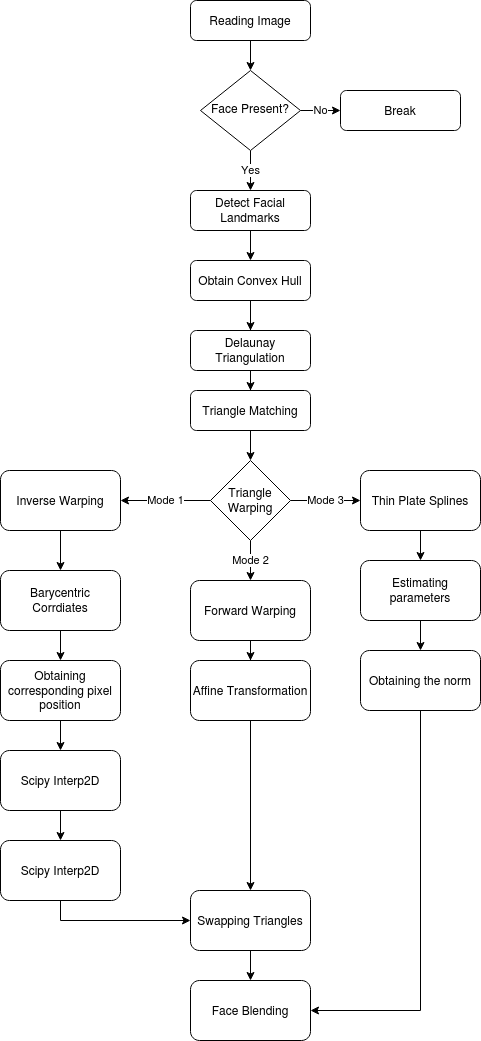
Earlier version of the draw.io export UML/Activity_flow_diagram/activity_flow_diagram.png (adityavaishampayan/FaceSwap). Source tidied: cells renumbered, new cells last; positions are measured from the earlier drawing's top-left corner, leaving out a move shared by most shapes. The source it was exported from:
```xml
<mxGraphModel>
  <root>
    <mxCell id="0" />
    <mxCell id="1" parent="0" />
    <mxCell id="2" style="edgeStyle=orthogonalEdgeStyle;rounded=0;jettySize=auto;html=1;entryX=0.5;entryY=0;entryDx=0;entryDy=0;" parent="1" edge="1" source="3" target="6">
      <mxGeometry relative="1" as="geometry" />
    </mxCell>
    <mxCell id="3" value="Reading Image" style="rounded=1;whiteSpace=wrap;html=1;fontSize=12;glass=0;strokeWidth=1;shadow=0;" parent="1" vertex="1">
      <mxGeometry x="190" width="120" height="40" as="geometry" />
    </mxCell>
    <mxCell id="4" value="No" style="edgeStyle=orthogonalEdgeStyle;rounded=0;jettySize=auto;html=1;exitX=1;exitY=0.5;exitDx=0;exitDy=0;entryX=0;entryY=0.5;entryDx=0;entryDy=0;" parent="1" edge="1" source="6" target="7">
      <mxGeometry relative="1" as="geometry" />
    </mxCell>
    <mxCell id="5" value="Yes" style="edgeStyle=orthogonalEdgeStyle;rounded=0;jettySize=auto;html=1;exitX=0.5;exitY=1;exitDx=0;exitDy=0;entryX=0.5;entryY=0;entryDx=0;entryDy=0;" parent="1" edge="1" source="6" target="9">
      <mxGeometry relative="1" as="geometry" />
    </mxCell>
    <mxCell id="6" value="Face Present?" style="rhombus;whiteSpace=wrap;html=1;shadow=0;fontFamily=Helvetica;fontSize=12;align=center;strokeWidth=1;spacing=6;spacingTop=-4;" parent="1" vertex="1">
      <mxGeometry x="200" y="70" width="100" height="80" as="geometry" />
    </mxCell>
    <mxCell id="7" value="Break" style="rounded=1;whiteSpace=wrap;html=1;fontSize=12;glass=0;strokeWidth=1;shadow=0;" parent="1" vertex="1">
      <mxGeometry x="340" y="90" width="120" height="40" as="geometry" />
    </mxCell>
    <mxCell id="8" style="edgeStyle=orthogonalEdgeStyle;rounded=0;jettySize=auto;html=1;exitX=0.5;exitY=1;exitDx=0;exitDy=0;" parent="1" edge="1" source="9" target="11">
      <mxGeometry relative="1" as="geometry" />
    </mxCell>
    <mxCell id="9" value="Detect Facial Landmarks" style="rounded=1;whiteSpace=wrap;html=1;fontSize=12;glass=0;strokeWidth=1;shadow=0;" parent="1" vertex="1">
      <mxGeometry x="190" y="190" width="120" height="40" as="geometry" />
    </mxCell>
    <mxCell id="10" style="edgeStyle=orthogonalEdgeStyle;rounded=0;jettySize=auto;html=1;" parent="1" edge="1" source="11" target="13">
      <mxGeometry relative="1" as="geometry" />
    </mxCell>
    <mxCell id="11" value="Obtain Convex Hull" style="rounded=1;whiteSpace=wrap;html=1;fontSize=12;glass=0;strokeWidth=1;shadow=0;" parent="1" vertex="1">
      <mxGeometry x="190" y="260" width="120" height="40" as="geometry" />
    </mxCell>
    <mxCell id="12" style="edgeStyle=orthogonalEdgeStyle;rounded=0;jettySize=auto;html=1;" parent="1" edge="1" target="15">
      <mxGeometry relative="1" as="geometry">
        <mxPoint x="250" y="320" as="sourcePoint" />
      </mxGeometry>
    </mxCell>
    <mxCell id="13" value="Delaunay Triangulation" style="rounded=1;whiteSpace=wrap;html=1;fontSize=12;glass=0;strokeWidth=1;shadow=0;" parent="1" vertex="1">
      <mxGeometry x="190" y="330" width="120" height="40" as="geometry" />
    </mxCell>
    <mxCell id="14" style="edgeStyle=orthogonalEdgeStyle;rounded=0;orthogonalLoop=1;jettySize=auto;html=1;" parent="1" edge="1">
      <mxGeometry relative="1" as="geometry">
        <mxPoint x="250" y="380" as="sourcePoint" />
        <mxPoint x="250" y="460" as="targetPoint" />
      </mxGeometry>
    </mxCell>
    <mxCell id="15" value="Triangle Matching" style="rounded=1;whiteSpace=wrap;html=1;fontSize=12;glass=0;strokeWidth=1;shadow=0;" parent="1" vertex="1">
      <mxGeometry x="190" y="390" width="120" height="40" as="geometry" />
    </mxCell>
    <mxCell id="16" value="Mode 3" style="edgeStyle=orthogonalEdgeStyle;rounded=0;jettySize=auto;html=1;exitX=1;exitY=0.5;exitDx=0;exitDy=0;" parent="1" edge="1" source="19" target="21">
      <mxGeometry relative="1" as="geometry" />
    </mxCell>
    <mxCell id="17" value="Mode 2" style="edgeStyle=orthogonalEdgeStyle;rounded=0;jettySize=auto;html=1;exitX=0.5;exitY=1;exitDx=0;exitDy=0;entryX=0.5;entryY=0;entryDx=0;entryDy=0;" parent="1" edge="1" source="19" target="27">
      <mxGeometry relative="1" as="geometry" />
    </mxCell>
    <mxCell id="18" value="Mode 1" style="edgeStyle=orthogonalEdgeStyle;rounded=0;jettySize=auto;html=1;exitX=0;exitY=0.5;exitDx=0;exitDy=0;entryX=1;entryY=0.5;entryDx=0;entryDy=0;" parent="1" edge="1" source="19" target="31">
      <mxGeometry relative="1" as="geometry" />
    </mxCell>
    <mxCell id="19" value="Triangle Warping" style="rhombus;whiteSpace=wrap;html=1;" parent="1" vertex="1">
      <mxGeometry x="210" y="460" width="80" height="80" as="geometry" />
    </mxCell>
    <mxCell id="20" style="edgeStyle=orthogonalEdgeStyle;rounded=0;jettySize=auto;html=1;" parent="1" edge="1" source="21" target="23">
      <mxGeometry relative="1" as="geometry" />
    </mxCell>
    <mxCell id="21" value="Thin Plate Splines" style="rounded=1;whiteSpace=wrap;html=1;" parent="1" vertex="1">
      <mxGeometry x="360" y="470" width="120" height="60" as="geometry" />
    </mxCell>
    <mxCell id="22" style="edgeStyle=orthogonalEdgeStyle;rounded=0;jettySize=auto;html=1;" parent="1" edge="1" source="23" target="25">
      <mxGeometry relative="1" as="geometry" />
    </mxCell>
    <mxCell id="23" value="Estimating parameters" style="rounded=1;whiteSpace=wrap;html=1;" parent="1" vertex="1">
      <mxGeometry x="360" y="560" width="120" height="60" as="geometry" />
    </mxCell>
    <mxCell id="24" style="edgeStyle=orthogonalEdgeStyle;rounded=0;jettySize=auto;html=1;exitX=0.5;exitY=1;exitDx=0;exitDy=0;entryX=1;entryY=0.5;entryDx=0;entryDy=0;" parent="1" edge="1" source="25" target="42">
      <mxGeometry relative="1" as="geometry" />
    </mxCell>
    <mxCell id="25" value="Obtaining the norm" style="rounded=1;whiteSpace=wrap;html=1;" parent="1" vertex="1">
      <mxGeometry x="360" y="650" width="120" height="60" as="geometry" />
    </mxCell>
    <mxCell id="26" style="edgeStyle=orthogonalEdgeStyle;rounded=0;jettySize=auto;html=1;" parent="1" edge="1" source="27" target="29">
      <mxGeometry relative="1" as="geometry" />
    </mxCell>
    <mxCell id="27" value="Forward Warping" style="rounded=1;whiteSpace=wrap;html=1;" parent="1" vertex="1">
      <mxGeometry x="190" y="580" width="120" height="60" as="geometry" />
    </mxCell>
    <mxCell id="28" style="edgeStyle=orthogonalEdgeStyle;rounded=0;jettySize=auto;html=1;exitX=0.5;exitY=1;exitDx=0;exitDy=0;" parent="1" edge="1" source="29" target="41">
      <mxGeometry relative="1" as="geometry" />
    </mxCell>
    <mxCell id="29" value="Affine Transformation" style="rounded=1;whiteSpace=wrap;html=1;" parent="1" vertex="1">
      <mxGeometry x="190" y="660" width="120" height="60" as="geometry" />
    </mxCell>
    <mxCell id="30" style="edgeStyle=orthogonalEdgeStyle;rounded=0;jettySize=auto;html=1;" parent="1" edge="1" target="33">
      <mxGeometry relative="1" as="geometry">
        <mxPoint x="60" y="490" as="sourcePoint" />
      </mxGeometry>
    </mxCell>
    <mxCell id="31" value="Inverse Warping" style="rounded=1;whiteSpace=wrap;html=1;" parent="1" vertex="1">
      <mxGeometry y="470" width="120" height="60" as="geometry" />
    </mxCell>
    <mxCell id="32" style="edgeStyle=orthogonalEdgeStyle;rounded=0;jettySize=auto;html=1;" parent="1" edge="1" source="33" target="35">
      <mxGeometry relative="1" as="geometry" />
    </mxCell>
    <mxCell id="33" value="Barycentric Corrdiates" style="rounded=1;whiteSpace=wrap;html=1;" parent="1" vertex="1">
      <mxGeometry y="570" width="120" height="60" as="geometry" />
    </mxCell>
    <mxCell id="34" style="edgeStyle=orthogonalEdgeStyle;rounded=0;jettySize=auto;html=1;" parent="1" edge="1" source="35" target="37">
      <mxGeometry relative="1" as="geometry" />
    </mxCell>
    <mxCell id="35" value="Obtaining corresponding pixel position" style="rounded=1;whiteSpace=wrap;html=1;" parent="1" vertex="1">
      <mxGeometry y="660" width="120" height="60" as="geometry" />
    </mxCell>
    <mxCell id="36" style="edgeStyle=orthogonalEdgeStyle;rounded=0;jettySize=auto;html=1;" parent="1" edge="1" source="37" target="39">
      <mxGeometry relative="1" as="geometry" />
    </mxCell>
    <mxCell id="37" value="Scipy Interp2D" style="rounded=1;whiteSpace=wrap;html=1;" parent="1" vertex="1">
      <mxGeometry y="750" width="120" height="60" as="geometry" />
    </mxCell>
    <mxCell id="38" style="edgeStyle=orthogonalEdgeStyle;rounded=0;jettySize=auto;html=1;" parent="1" edge="1" source="39" target="41">
      <mxGeometry relative="1" as="geometry">
        <Array as="points">
          <mxPoint x="60" y="920" />
        </Array>
      </mxGeometry>
    </mxCell>
    <mxCell id="39" value="Scipy Interp2D" style="rounded=1;whiteSpace=wrap;html=1;" parent="1" vertex="1">
      <mxGeometry y="840" width="120" height="60" as="geometry" />
    </mxCell>
    <mxCell id="40" style="edgeStyle=orthogonalEdgeStyle;rounded=0;jettySize=auto;html=1;" parent="1" edge="1" source="41" target="42">
      <mxGeometry relative="1" as="geometry" />
    </mxCell>
    <mxCell id="41" value="Swapping Triangles" style="rounded=1;whiteSpace=wrap;html=1;" parent="1" vertex="1">
      <mxGeometry x="190" y="890" width="120" height="60" as="geometry" />
    </mxCell>
    <mxCell id="42" value="Face Blending" style="rounded=1;whiteSpace=wrap;html=1;" parent="1" vertex="1">
      <mxGeometry x="190" y="980" width="120" height="60" as="geometry" />
    </mxCell>
  </root>
</mxGraphModel>
```
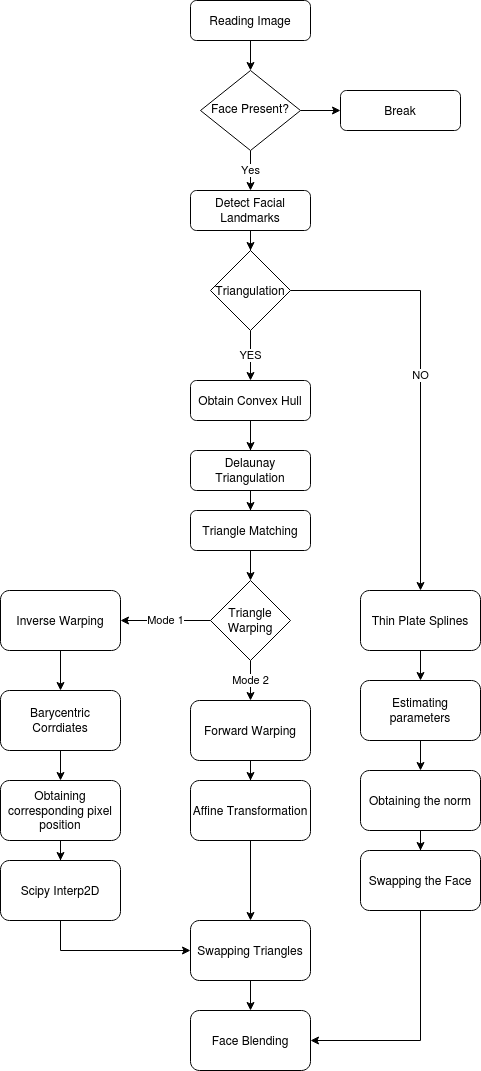
The same file after the commit.

Commit message:
updated the UML diagram

The edit, as a diff of the source:
```diff
@@ -6,25 +6,25 @@
       <mxGeometry relative="1" as="geometry" />
     </mxCell>
     <mxCell id="3" value="Reading Image" style="rounded=1;whiteSpace=wrap;html=1;fontSize=12;glass=0;strokeWidth=1;shadow=0;" parent="1" vertex="1">
-      <mxGeometry x="190" width="120" height="40" as="geometry" />
+      <mxGeometry x="190" y="-120" width="120" height="40" as="geometry" />
     </mxCell>
+    <mxCell id="5" value="Yes" style="edgeStyle=orthogonalEdgeStyle;rounded=0;jettySize=auto;html=1;exitX=0.5;exitY=1;exitDx=0;exitDy=0;entryX=0.5;entryY=0;entryDx=0;entryDy=0;" parent="1" edge="1" source="6" target="9">
+      <mxGeometry relative="1" as="geometry" />
+    </mxCell>
-    <mxCell id="4" value="No" style="edgeStyle=orthogonalEdgeStyle;rounded=0;jettySize=auto;html=1;exitX=1;exitY=0.5;exitDx=0;exitDy=0;entryX=0;entryY=0.5;entryDx=0;entryDy=0;" parent="1" edge="1" source="6" target="7">
+    <mxCell id="4" style="edgeStyle=orthogonalEdgeStyle;rounded=0;jettySize=auto;html=1;exitX=1;exitY=0.5;exitDx=0;exitDy=0;" parent="1" edge="1" source="6" target="7">
       <mxGeometry relative="1" as="geometry" />
     </mxCell>
-    <mxCell id="5" value="Yes" style="edgeStyle=orthogonalEdgeStyle;rounded=0;jettySize=auto;html=1;exitX=0.5;exitY=1;exitDx=0;exitDy=0;entryX=0.5;entryY=0;entryDx=0;entryDy=0;" parent="1" edge="1" source="6" target="9">
-      <mxGeometry relative="1" as="geometry" />
-    </mxCell>
     <mxCell id="6" value="Face Present?" style="rhombus;whiteSpace=wrap;html=1;shadow=0;fontFamily=Helvetica;fontSize=12;align=center;strokeWidth=1;spacing=6;spacingTop=-4;" parent="1" vertex="1">
-      <mxGeometry x="200" y="70" width="100" height="80" as="geometry" />
+      <mxGeometry x="200" y="-50" width="100" height="80" as="geometry" />
     </mxCell>
     <mxCell id="7" value="Break" style="rounded=1;whiteSpace=wrap;html=1;fontSize=12;glass=0;strokeWidth=1;shadow=0;" parent="1" vertex="1">
-      <mxGeometry x="340" y="90" width="120" height="40" as="geometry" />
+      <mxGeometry x="340" y="-30" width="120" height="40" as="geometry" />
     </mxCell>
-    <mxCell id="8" style="edgeStyle=orthogonalEdgeStyle;rounded=0;jettySize=auto;html=1;exitX=0.5;exitY=1;exitDx=0;exitDy=0;" parent="1" edge="1" source="9" target="11">
-      <mxGeometry relative="1" as="geometry" />
-    </mxCell>
+    <mxCell id="43" style="edgeStyle=orthogonalEdgeStyle;rounded=0;jettySize=auto;html=1;exitX=0.5;exitY=1;exitDx=0;exitDy=0;" parent="1" edge="1" source="9" target="48">
+      <mxGeometry relative="1" as="geometry" />
+    </mxCell>
     <mxCell id="9" value="Detect Facial Landmarks" style="rounded=1;whiteSpace=wrap;html=1;fontSize=12;glass=0;strokeWidth=1;shadow=0;" parent="1" vertex="1">
-      <mxGeometry x="190" y="190" width="120" height="40" as="geometry" />
+      <mxGeometry x="190" y="70" width="120" height="40" as="geometry" />
     </mxCell>
     <mxCell id="10" style="edgeStyle=orthogonalEdgeStyle;rounded=0;jettySize=auto;html=1;" parent="1" edge="1" source="11" target="13">
       <mxGeometry relative="1" as="geometry" />
@@ -49,9 +49,6 @@
     <mxCell id="15" value="Triangle Matching" style="rounded=1;whiteSpace=wrap;html=1;fontSize=12;glass=0;strokeWidth=1;shadow=0;" parent="1" vertex="1">
       <mxGeometry x="190" y="390" width="120" height="40" as="geometry" />
     </mxCell>
-    <mxCell id="16" value="Mode 3" style="edgeStyle=orthogonalEdgeStyle;rounded=0;jettySize=auto;html=1;exitX=1;exitY=0.5;exitDx=0;exitDy=0;" parent="1" edge="1" source="19" target="21">
-      <mxGeometry relative="1" as="geometry" />
-    </mxCell>
     <mxCell id="17" value="Mode 2" style="edgeStyle=orthogonalEdgeStyle;rounded=0;jettySize=auto;html=1;exitX=0.5;exitY=1;exitDx=0;exitDy=0;entryX=0.5;entryY=0;entryDx=0;entryDy=0;" parent="1" edge="1" source="19" target="27">
       <mxGeometry relative="1" as="geometry" />
     </mxCell>
@@ -73,9 +70,9 @@
     <mxCell id="23" value="Estimating parameters" style="rounded=1;whiteSpace=wrap;html=1;" parent="1" vertex="1">
       <mxGeometry x="360" y="560" width="120" height="60" as="geometry" />
     </mxCell>
-    <mxCell id="24" style="edgeStyle=orthogonalEdgeStyle;rounded=0;jettySize=auto;html=1;exitX=0.5;exitY=1;exitDx=0;exitDy=0;entryX=1;entryY=0.5;entryDx=0;entryDy=0;" parent="1" edge="1" source="25" target="42">
-      <mxGeometry relative="1" as="geometry" />
-    </mxCell>
+    <mxCell id="44" style="edgeStyle=orthogonalEdgeStyle;rounded=0;jettySize=auto;html=1;exitX=0.5;exitY=1;exitDx=0;exitDy=0;" parent="1" edge="1" source="25" target="50">
+      <mxGeometry relative="1" as="geometry" />
+    </mxCell>
     <mxCell id="25" value="Obtaining the norm" style="rounded=1;whiteSpace=wrap;html=1;" parent="1" vertex="1">
       <mxGeometry x="360" y="650" width="120" height="60" as="geometry" />
     </mxCell>
@@ -105,36 +102,41 @@
     <mxCell id="33" value="Barycentric Corrdiates" style="rounded=1;whiteSpace=wrap;html=1;" parent="1" vertex="1">
       <mxGeometry y="570" width="120" height="60" as="geometry" />
     </mxCell>
-    <mxCell id="34" style="edgeStyle=orthogonalEdgeStyle;rounded=0;jettySize=auto;html=1;" parent="1" edge="1" source="35" target="37">
-      <mxGeometry relative="1" as="geometry" />
-    </mxCell>
+    <mxCell id="45" style="edgeStyle=orthogonalEdgeStyle;rounded=0;jettySize=auto;html=1;exitX=0.5;exitY=1;exitDx=0;exitDy=0;" parent="1" edge="1" source="35" target="39">
+      <mxGeometry relative="1" as="geometry" />
+    </mxCell>
     <mxCell id="35" value="Obtaining corresponding pixel position" style="rounded=1;whiteSpace=wrap;html=1;" parent="1" vertex="1">
       <mxGeometry y="660" width="120" height="60" as="geometry" />
     </mxCell>
-    <mxCell id="36" style="edgeStyle=orthogonalEdgeStyle;rounded=0;jettySize=auto;html=1;" parent="1" edge="1" source="37" target="39">
-      <mxGeometry relative="1" as="geometry" />
-    </mxCell>
-    <mxCell id="37" value="Scipy Interp2D" style="rounded=1;whiteSpace=wrap;html=1;" parent="1" vertex="1">
-      <mxGeometry y="750" width="120" height="60" as="geometry" />
-    </mxCell>
-    <mxCell id="38" style="edgeStyle=orthogonalEdgeStyle;rounded=0;jettySize=auto;html=1;" parent="1" edge="1" source="39" target="41">
-      <mxGeometry relative="1" as="geometry">
-        <Array as="points">
-          <mxPoint x="60" y="920" />
-        </Array>
-      </mxGeometry>
+    <mxCell id="38" style="edgeStyle=orthogonalEdgeStyle;rounded=0;jettySize=auto;html=1;exitX=0.5;exitY=1;exitDx=0;exitDy=0;entryX=0;entryY=0.5;entryDx=0;entryDy=0;" parent="1" edge="1" source="39" target="41">
+      <mxGeometry relative="1" as="geometry" />
     </mxCell>
     <mxCell id="39" value="Scipy Interp2D" style="rounded=1;whiteSpace=wrap;html=1;" parent="1" vertex="1">
-      <mxGeometry y="840" width="120" height="60" as="geometry" />
+      <mxGeometry y="740" width="120" height="60" as="geometry" />
     </mxCell>
     <mxCell id="40" style="edgeStyle=orthogonalEdgeStyle;rounded=0;jettySize=auto;html=1;" parent="1" edge="1" source="41" target="42">
       <mxGeometry relative="1" as="geometry" />
     </mxCell>
     <mxCell id="41" value="Swapping Triangles" style="rounded=1;whiteSpace=wrap;html=1;" parent="1" vertex="1">
-      <mxGeometry x="190" y="890" width="120" height="60" as="geometry" />
+      <mxGeometry x="190" y="800" width="120" height="60" as="geometry" />
     </mxCell>
     <mxCell id="42" value="Face Blending" style="rounded=1;whiteSpace=wrap;html=1;" parent="1" vertex="1">
-      <mxGeometry x="190" y="980" width="120" height="60" as="geometry" />
+      <mxGeometry x="190" y="890" width="120" height="60" as="geometry" />
     </mxCell>
+    <mxCell id="46" value="YES" style="edgeStyle=orthogonalEdgeStyle;rounded=0;jettySize=auto;html=1;exitX=0.5;exitY=1;exitDx=0;exitDy=0;entryX=0.5;entryY=0;entryDx=0;entryDy=0;" parent="1" edge="1" source="48" target="11">
+      <mxGeometry relative="1" as="geometry" />
+    </mxCell>
+    <mxCell id="47" value="NO" style="edgeStyle=orthogonalEdgeStyle;rounded=0;jettySize=auto;html=1;exitX=1;exitY=0.5;exitDx=0;exitDy=0;entryX=0.5;entryY=0;entryDx=0;entryDy=0;" parent="1" edge="1" source="48" target="21">
+      <mxGeometry relative="1" as="geometry" />
+    </mxCell>
+    <mxCell id="48" value="Triangulation" style="rhombus;whiteSpace=wrap;html=1;" parent="1" vertex="1">
+      <mxGeometry x="210" y="130" width="80" height="80" as="geometry" />
+    </mxCell>
+    <mxCell id="49" style="edgeStyle=orthogonalEdgeStyle;rounded=0;jettySize=auto;html=1;exitX=0.5;exitY=1;exitDx=0;exitDy=0;entryX=1;entryY=0.5;entryDx=0;entryDy=0;" parent="1" edge="1" source="50" target="42">
+      <mxGeometry relative="1" as="geometry" />
+    </mxCell>
+    <mxCell id="50" value="Swapping the Face" style="rounded=1;whiteSpace=wrap;html=1;" parent="1" vertex="1">
+      <mxGeometry x="360" y="730" width="120" height="60" as="geometry" />
+    </mxCell>
   </root>
 </mxGraphModel>
```
